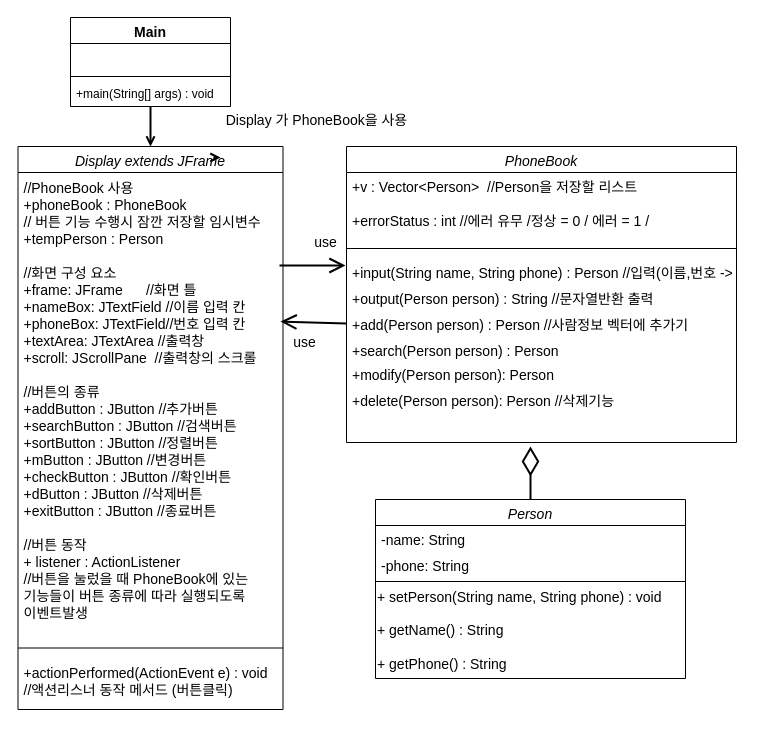
Earlier version of the draw.io diagram 순서도/전화번호부 클래스다이어그램_java.drawio (skatld123/PH_list_java). Source tidied: cells renumbered, new cells numbered last; positions are measured from the earlier drawing's top-left corner, leaving out a move shared by most shapes. Both pictures are drawn from the tidied source at 100%, with x=0, y=0 at pixel (17, 17).
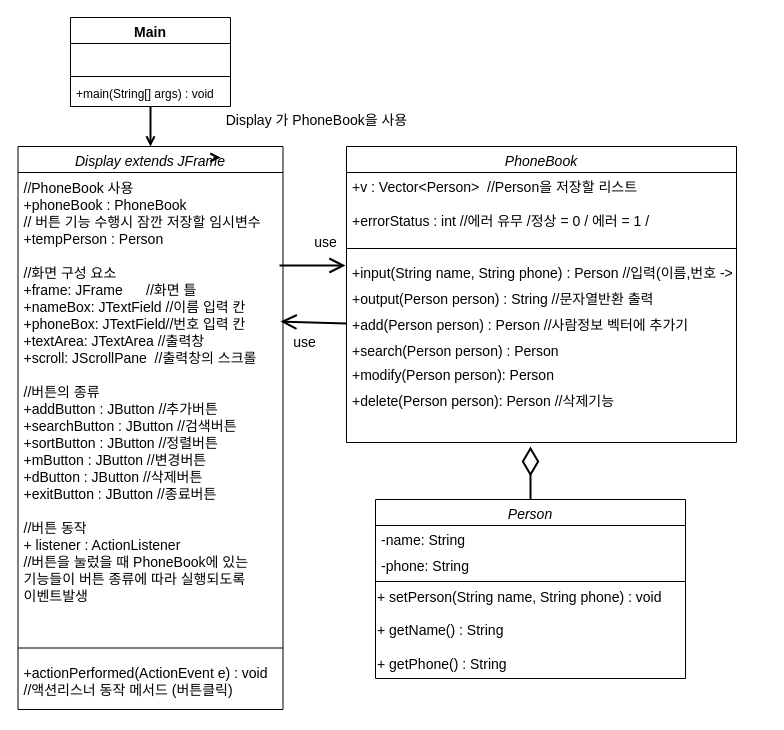
The same diagram, later.

Commit message:
전화번호부 클래스다이어그램_java.drawio 업데이트

Unchanged cells that the change refers to:
```xml
<mxCell id="16" value="Display extends JFrame" style="swimlane;fontStyle=2;align=center;verticalAlign=top;horizontal=1;startSize=26;fontSize=14;" parent="1" vertex="1">
  <mxGeometry x="0.5" y="129" width="265" height="563" as="geometry" />
</mxCell>
```

Change to the diagram source:
```diff
@@
-    <mxCell id="17" value="//PhoneBook 사용&#10;+phoneBook : PhoneBook&#10;// 버튼 기능 수행시 잠깐 저장할 임시변수&#10;+tempPerson : Person&#10;&#10;//화면 구성 요소&#10;+frame: JFrame      //화면 틀&#10;+nameBox: JTextField //이름 입력 칸&#10;+phoneBox: JTextField//번호 입력 칸&#10;+textArea: JTextArea //출력창&#10;+scroll: JScrollPane  //출력창의 스크롤&#10;&#10;//버튼의 종류&#10;+addButton : JButton //추가버튼&#10;+searchButton : JButton //검색버튼&#10;+sortButton : JButton //정렬버튼&#10;+mButton : JButton //변경버튼&#10;+checkButton : JButton //확인버튼&#10;+dButton : JButton //삭제버튼&#10;+exitButton : JButton //종료버튼&#10;&#10;//버튼 동작&#10;+ listener : ActionListener&#10;//버튼을 눌렀을 때 PhoneBook에 있는 &#10;기능들이 버튼 종류에 따라 실행되도록 &#10;이벤트발생&#10;" style="text;strokeColor=none;fillColor=none;align=left;verticalAlign=top;spacingLeft=4;spacingRight=4;overflow=hidden;spacing=2;spacingTop=1;fontSize=14;" parent="16" vertex="1">
+    <mxCell id="17" value="//PhoneBook 사용&#10;+phoneBook : PhoneBook&#10;// 버튼 기능 수행시 잠깐 저장할 임시변수&#10;+tempPerson : Person&#10;&#10;//화면 구성 요소&#10;+frame: JFrame      //화면 틀&#10;+nameBox: JTextField //이름 입력 칸&#10;+phoneBox: JTextField//번호 입력 칸&#10;+textArea: JTextArea //출력창&#10;+scroll: JScrollPane  //출력창의 스크롤&#10;&#10;//버튼의 종류&#10;+addButton : JButton //추가버튼&#10;+searchButton : JButton //검색버튼&#10;+sortButton : JButton //정렬버튼&#10;+mButton : JButton //변경버튼&#10;+dButton : JButton //삭제버튼&#10;+exitButton : JButton //종료버튼&#10;&#10;//버튼 동작&#10;+ listener : ActionListener&#10;//버튼을 눌렀을 때 PhoneBook에 있는 &#10;기능들이 버튼 종류에 따라 실행되도록 &#10;이벤트발생&#10;" style="text;strokeColor=none;fillColor=none;align=left;verticalAlign=top;spacingLeft=4;spacingRight=4;overflow=hidden;spacing=2;spacingTop=1;fontSize=14;" parent="16" vertex="1">
       <mxGeometry y="26" width="265" height="465" as="geometry" />
     </mxCell>
```
